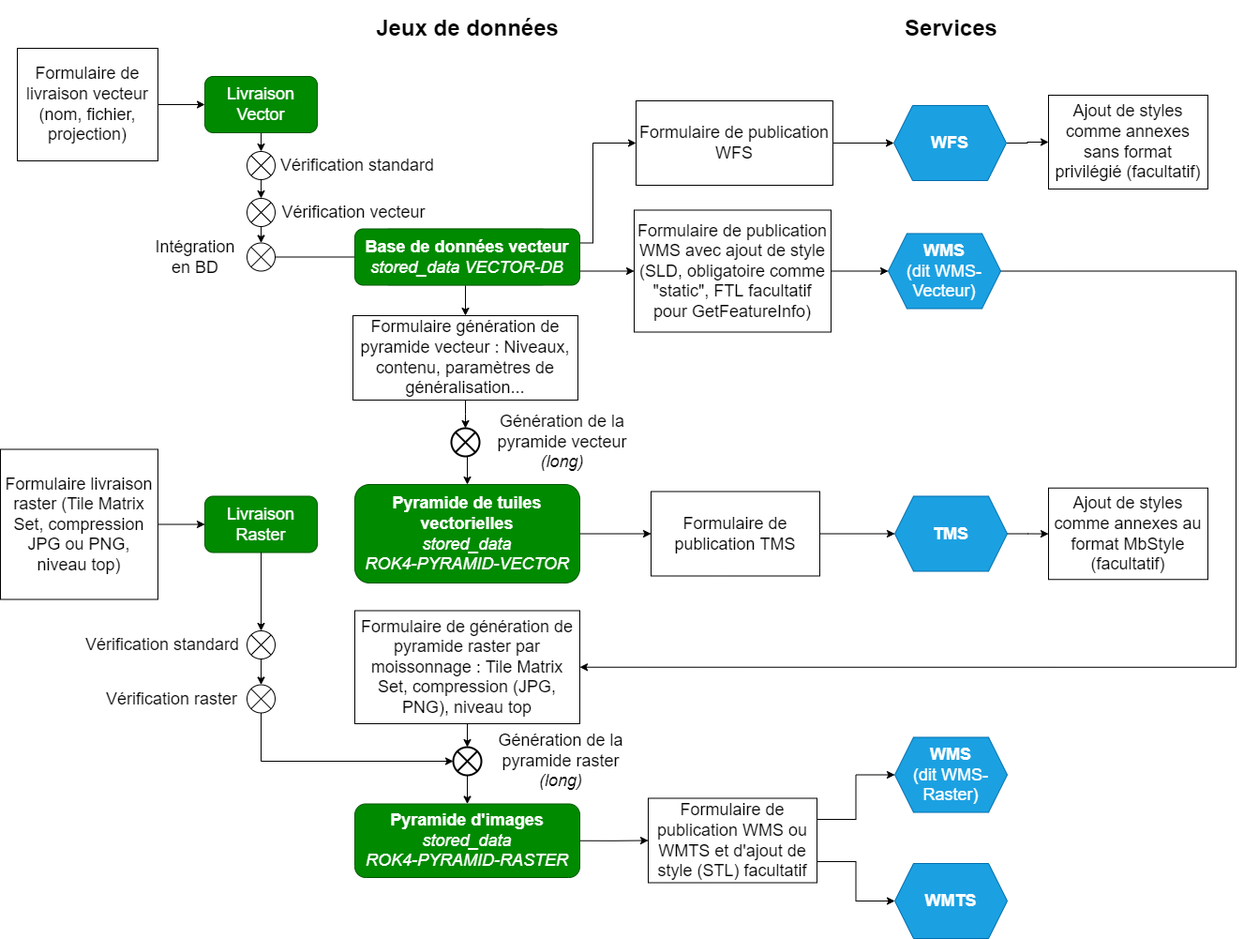
The draw.io diagram docs/developer/schema-diffusion-tous-types.drawio.png in IGNF/cartes.gouv.fr, before a commit. Source tidied: cells renumbered, new cells last; positions are measured from the earlier drawing's top-left corner, leaving out a move shared by most shapes.
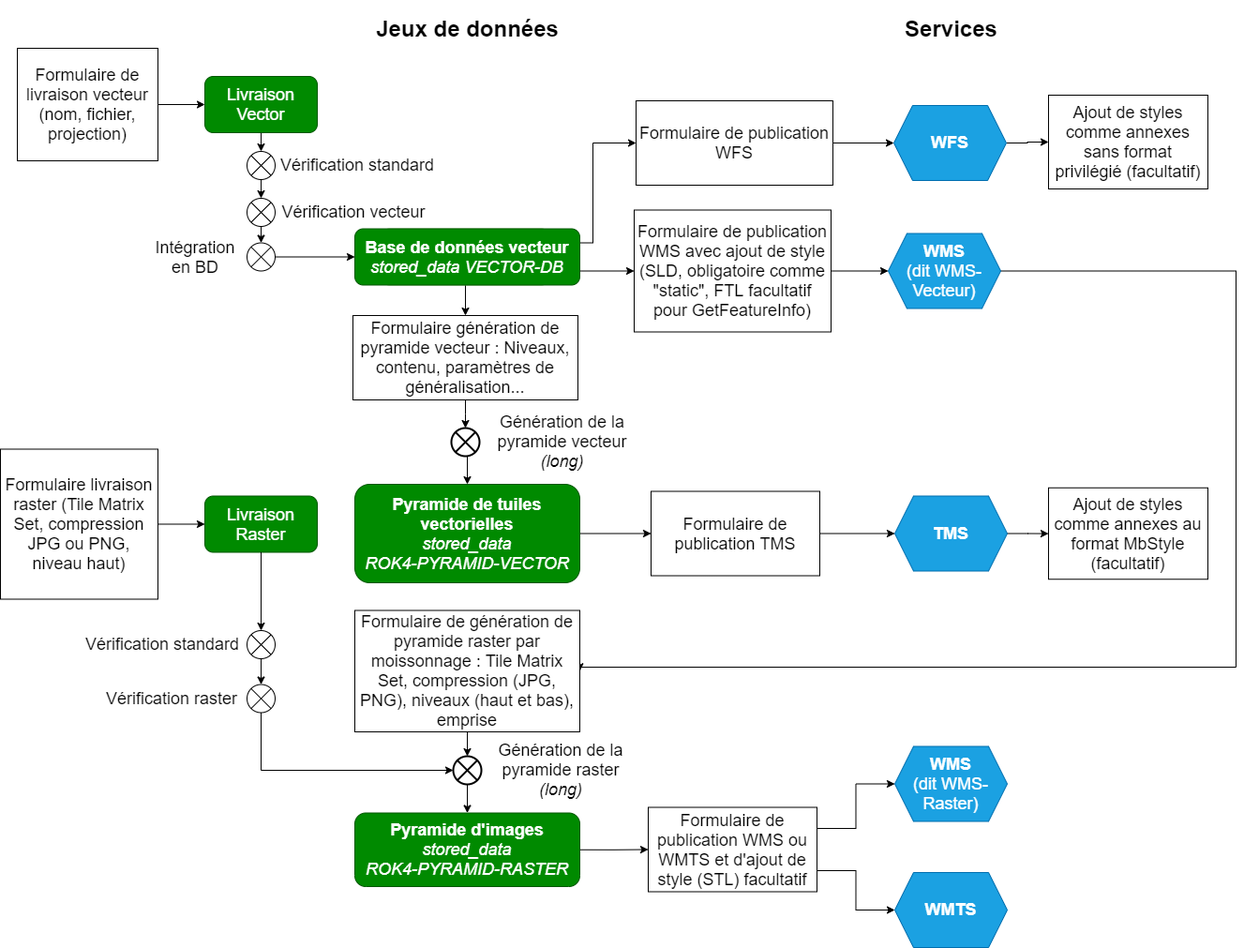
After the commit.

Change to the diagram source:
```diff
@@ -54,7 +54,7 @@
       <mxGeometry relative="1" as="geometry" />
     </mxCell>
     <mxCell id="19" value="&lt;font style=&quot;font-size: 18px&quot;&gt;&lt;b&gt;Pyramide d'images&lt;/b&gt;&lt;br&gt;&lt;i&gt;stored_data&lt;br&gt;ROK4-PYRAMID-RASTER&lt;/i&gt;&lt;/font&gt;" style="rounded=1;whiteSpace=wrap;html=1;fillColor=#008a00;strokeColor=#005700;fontColor=#ffffff;" parent="1" vertex="1">
-      <mxGeometry x="378" y="856.5" width="240" height="78.5" as="geometry" />
+      <mxGeometry x="378" y="866.5" width="240" height="78.5" as="geometry" />
     </mxCell>
     <mxCell id="20" style="endArrow=classic;html=1;rounded=0;exitX=0.5;exitY=1;exitDx=0;exitDy=0;" parent="1" edge="1" source="62" target="3">
       <mxGeometry relative="1" as="geometry" />
@@ -65,7 +65,7 @@
     <mxCell id="22" style="endArrow=classic;html=1;rounded=0;exitX=0.5;exitY=1;exitDx=0;exitDy=0;entryX=0.5;entryY=0;entryDx=0;entryDy=0;" parent="1" edge="1" source="5" target="12">
       <mxGeometry relative="1" as="geometry" />
     </mxCell>
-    <mxCell id="23" style="endArrow=classic;html=1;rounded=0;exitX=1;exitY=0.5;exitDx=0;exitDy=0;entryX=0;entryY=0.5;entryDx=0;entryDy=0;" parent="1" edge="1" source="12" target="17">
+    <mxCell id="23" style="endArrow=classic;html=1;rounded=0;exitX=1;exitY=0.5;exitDx=0;exitDy=0;entryX=0;entryY=0.5;entryDx=0;entryDy=0;" parent="1" edge="1" source="12" target="63">
       <mxGeometry relative="1" as="geometry" />
     </mxCell>
     <mxCell id="24" style="endArrow=classic;html=1;rounded=0;exitX=0.5;exitY=1;exitDx=0;exitDy=0;entryX=0.5;entryY=0;entryDx=0;entryDy=0;" parent="1" edge="1" source="2" target="7">
@@ -101,11 +101,11 @@
     <mxCell id="34" style="edgeStyle=orthogonalEdgeStyle;rounded=0;jettySize=auto;html=1;exitX=1;exitY=0.5;exitDx=0;exitDy=0;fontSize=18;" parent="1" edge="1" source="35" target="51">
       <mxGeometry relative="1" as="geometry" />
     </mxCell>
-    <mxCell id="35" value="&lt;font style=&quot;font-size: 18px&quot;&gt;&lt;b&gt;TMS&lt;/b&gt;&lt;/font&gt;" style="shape=hexagon;perimeter=hexagonPerimeter2;whiteSpace=wrap;html=1;fixedSize=1;fillColor=#1ba1e2;strokeColor=#006EAF;fontColor=#ffffff;" parent="1" vertex="1">
+    <mxCell id="35" value="&lt;font style=&quot;font-size: 18px&quot;&gt;&lt;b&gt;TMS&lt;br&gt;&lt;/b&gt;&lt;/font&gt;" style="shape=hexagon;perimeter=hexagonPerimeter2;whiteSpace=wrap;html=1;fixedSize=1;fillColor=#1ba1e2;strokeColor=#006EAF;fontColor=#ffffff;" parent="1" vertex="1">
       <mxGeometry x="954" y="528.5" width="120" height="80" as="geometry" />
     </mxCell>
     <mxCell id="36" value="&lt;font style=&quot;font-size: 18px&quot;&gt;&lt;b&gt;WMS&lt;/b&gt;&lt;br&gt;(dit WMS-Raster)&lt;/font&gt;" style="shape=hexagon;perimeter=hexagonPerimeter2;whiteSpace=wrap;html=1;fixedSize=1;fillColor=#1ba1e2;strokeColor=#006EAF;fontColor=#ffffff;" parent="1" vertex="1">
-      <mxGeometry x="954" y="785.5" width="120" height="80" as="geometry" />
+      <mxGeometry x="954" y="795.5" width="120" height="80" as="geometry" />
     </mxCell>
     <mxCell id="37" style="edgeStyle=orthogonalEdgeStyle;rounded=0;jettySize=auto;html=1;entryX=0;entryY=0.5;entryDx=0;entryDy=0;" parent="1" edge="1" source="38" target="52">
       <mxGeometry relative="1" as="geometry" />
@@ -140,19 +140,19 @@
       <mxGeometry relative="1" as="geometry" />
     </mxCell>
     <mxCell id="46" value="&lt;font style=&quot;font-size: 18px&quot;&gt;Formulaire de publication WMS ou WMTS et d'ajout de style (STL) facultatif&lt;/font&gt;" style="rounded=0;whiteSpace=wrap;html=1;" parent="1" vertex="1">
-      <mxGeometry x="691" y="850.5" width="180" height="90" as="geometry" />
+      <mxGeometry x="691" y="860.5" width="180" height="90" as="geometry" />
     </mxCell>
     <mxCell id="47" style="edgeStyle=orthogonalEdgeStyle;rounded=0;jettySize=auto;html=1;entryX=0.5;entryY=0;entryDx=0;entryDy=0;startArrow=none;exitX=0.5;exitY=1;exitDx=0;exitDy=0;" parent="1" edge="1" source="48" target="19">
       <mxGeometry relative="1" as="geometry" />
     </mxCell>
     <mxCell id="48" style="shape=sumEllipse;perimeter=ellipsePerimeter;whiteSpace=wrap;html=1;backgroundOutline=1;strokeWidth=2;" parent="1" vertex="1">
-      <mxGeometry x="483" y="796" width="30" height="30" as="geometry" />
+      <mxGeometry x="483" y="806" width="30" height="30" as="geometry" />
     </mxCell>
     <mxCell id="49" style="edgeStyle=orthogonalEdgeStyle;rounded=0;jettySize=auto;html=1;entryX=0.5;entryY=0;entryDx=0;entryDy=0;exitX=0.5;exitY=1;exitDx=0;exitDy=0;" parent="1" edge="1" source="50" target="48">
       <mxGeometry relative="1" as="geometry" />
     </mxCell>
-    <mxCell id="50" value="&lt;font style=&quot;font-size: 18px&quot;&gt;Formulaire de génération de pyramide raster par moissonnage : Tile Matrix Set, compression (JPG, PNG), niveau top&lt;/font&gt;" style="rounded=0;whiteSpace=wrap;html=1;" parent="1" vertex="1">
-      <mxGeometry x="378" y="650.5" width="240" height="120.5" as="geometry" />
+    <mxCell id="50" value="&lt;font style=&quot;font-size: 18px&quot;&gt;Formulaire de génération de pyramide raster par moissonnage : Tile Matrix Set, compression (JPG, PNG), niveaux (haut et bas), emprise&lt;/font&gt;" style="rounded=0;whiteSpace=wrap;html=1;" parent="1" vertex="1">
+      <mxGeometry x="378" y="650.5" width="240" height="129.5" as="geometry" />
     </mxCell>
     <mxCell id="51" value="&lt;font style=&quot;font-size: 18px&quot;&gt;Ajout de styles comme annexes au format MbStyle (facultatif)&lt;/font&gt;" style="rounded=0;whiteSpace=wrap;html=1;" parent="1" vertex="1">
       <mxGeometry x="1118" y="519.8" width="170" height="97.5" as="geometry" />
@@ -173,18 +173,18 @@
       <mxGeometry x="678" y="107" width="210" height="90" as="geometry" />
     </mxCell>
     <mxCell id="57" value="&lt;b&gt;&lt;font style=&quot;font-size: 18px&quot;&gt;WMTS&lt;/font&gt;&lt;/b&gt;" style="shape=hexagon;perimeter=hexagonPerimeter2;whiteSpace=wrap;html=1;fixedSize=1;fillColor=#1ba1e2;strokeColor=#006EAF;fontColor=#ffffff;" parent="1" vertex="1">
-      <mxGeometry x="954" y="920" width="120" height="80" as="geometry" />
+      <mxGeometry x="954" y="930" width="120" height="80" as="geometry" />
     </mxCell>
-    <mxCell id="58" value="&lt;font style=&quot;font-size: 18px&quot;&gt;Formulaire de publication TMS&lt;/font&gt;" style="rounded=0;whiteSpace=wrap;html=1;" parent="1" vertex="1">
+    <mxCell id="58" value="&lt;font style=&quot;font-size: 18px&quot;&gt;Formulaire de publication TMS&lt;br&gt;&lt;/font&gt;" style="rounded=0;whiteSpace=wrap;html=1;" parent="1" vertex="1">
       <mxGeometry x="694" y="523.5" width="180" height="90" as="geometry" />
     </mxCell>
     <mxCell id="59" value="&lt;font style=&quot;font-size: 18px&quot;&gt;Génération de la pyramide raster&lt;br&gt;&lt;i&gt;(long)&lt;/i&gt;&lt;/font&gt;" style="text;html=1;strokeColor=none;fillColor=none;align=center;verticalAlign=middle;whiteSpace=wrap;rounded=0;" parent="1" vertex="1">
-      <mxGeometry x="508" y="796" width="180" height="30" as="geometry" />
+      <mxGeometry x="508" y="806" width="180" height="30" as="geometry" />
     </mxCell>
     <mxCell id="60" style="edgeStyle=orthogonalEdgeStyle;rounded=0;jettySize=auto;html=1;exitX=1;exitY=0.5;exitDx=0;exitDy=0;entryX=0;entryY=0.5;entryDx=0;entryDy=0;fontSize=18;" parent="1" edge="1" source="61" target="2">
       <mxGeometry relative="1" as="geometry" />
     </mxCell>
-    <mxCell id="61" value="&lt;font style=&quot;font-size: 18px&quot;&gt;Formulaire livraison raster (Tile Matrix Set, compression JPG ou PNG, niveau top)&lt;/font&gt;" style="rounded=0;whiteSpace=wrap;html=1;" parent="1" vertex="1">
+    <mxCell id="61" value="&lt;font style=&quot;font-size: 18px&quot;&gt;Formulaire livraison raster (Tile Matrix Set, compression JPG ou PNG, niveau haut)&lt;/font&gt;" style="rounded=0;whiteSpace=wrap;html=1;" parent="1" vertex="1">
       <mxGeometry y="478.5" width="168" height="160" as="geometry" />
     </mxCell>
     <mxCell id="62" value="&lt;font style=&quot;font-size: 18px&quot;&gt;Livraison&lt;br&gt;Vector&lt;/font&gt;" style="rounded=1;whiteSpace=wrap;html=1;fillColor=#008a00;strokeColor=#005700;shadow=0;fontColor=#ffffff;" parent="1" vertex="1">
```
